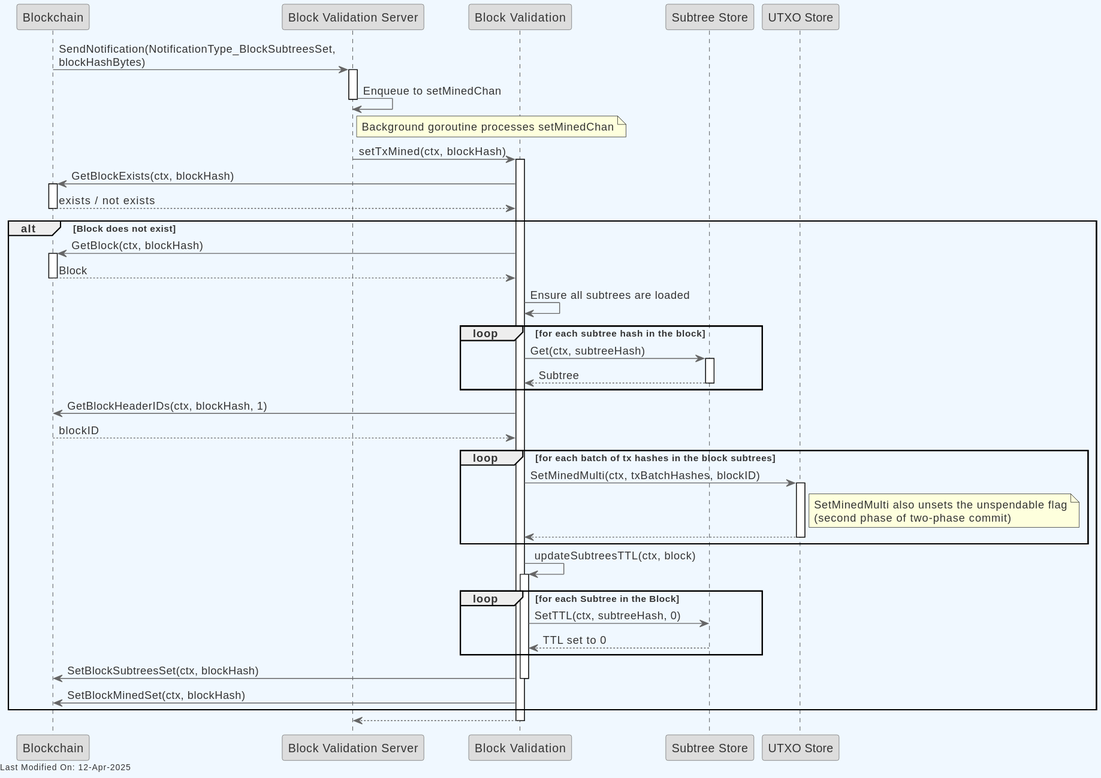
Before: docs/topics/services/img/plantuml/blockvalidation/block_validation_set_tx_mined.svg, a diagram exported from PlantUML (freemans13/teranode). Its source is kept beside it as docs/topics/services/img/plantuml/blockvalidation/block_validation_set_tx_mined.puml.
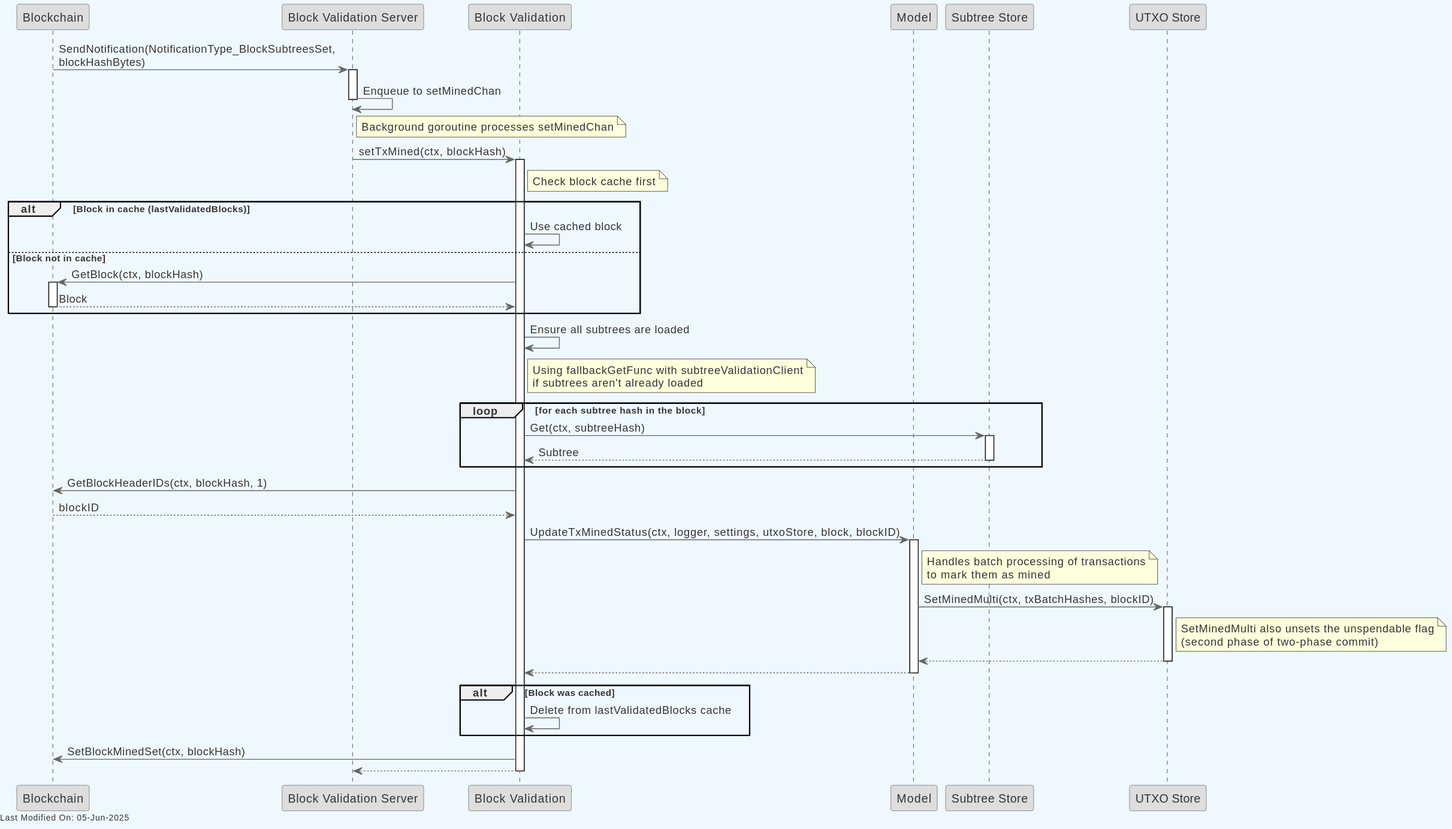
After the change.

Change to the diagram source:
```diff
@@ -23,6 +23,7 @@
 participant "Blockchain" as Blockchain
 participant "Block Validation Server" as BVServer
 participant "Block Validation" as BlockValidation
+participant "Model" as Model
 participant "Subtree Store" as SubtreeStore
 participant "UTXO Store" as UTXOStore
 
@@ -39,51 +40,59 @@
 BVServer -> BlockValidation: setTxMined(ctx, blockHash)
 activate BlockValidation
 
-BlockValidation -> Blockchain: GetBlockExists(ctx, blockHash)
-activate Blockchain
-Blockchain --> BlockValidation: exists / not exists
-deactivate Blockchain
+note right of BlockValidation
+  Check block cache first
+end note
 
-alt Block does not exist
+alt Block in cache (lastValidatedBlocks)
+    BlockValidation -> BlockValidation: Use cached block
+else Block not in cache
     BlockValidation -> Blockchain: GetBlock(ctx, blockHash)
     activate Blockchain
     Blockchain --> BlockValidation: Block
     deactivate Blockchain
+end
 
-    BlockValidation -> BlockValidation: Ensure all subtrees are loaded
+BlockValidation -> BlockValidation: Ensure all subtrees are loaded
+note right of BlockValidation
+  Using fallbackGetFunc with subtreeValidationClient
+  if subtrees aren't already loaded
+end note
 
-    loop for each subtree hash in the block
-        BlockValidation -> SubtreeStore: Get(ctx, subtreeHash)
-        activate SubtreeStore
-        SubtreeStore --> BlockValidation: Subtree
-        deactivate SubtreeStore
-    end
+loop for each subtree hash in the block
+    BlockValidation -> SubtreeStore: Get(ctx, subtreeHash)
+    activate SubtreeStore
+    SubtreeStore --> BlockValidation: Subtree
+    deactivate SubtreeStore
+end
 
-    BlockValidation -> Blockchain: GetBlockHeaderIDs(ctx, blockHash, 1)
-    Blockchain --> BlockValidation: blockID
+BlockValidation -> Blockchain: GetBlockHeaderIDs(ctx, blockHash, 1)
+Blockchain --> BlockValidation: blockID
 
-    loop for each batch of tx hashes in the block subtrees
-        BlockValidation -> UTXOStore: SetMinedMulti(ctx, txBatchHashes, blockID)
-        activate UTXOStore
-        note right of UTXOStore
-          SetMinedMulti also unsets the unspendable flag
-          (second phase of two-phase commit)
-        end note
-        UTXOStore --> BlockValidation
-        deactivate UTXOStore
-    end
+BlockValidation -> Model: UpdateTxMinedStatus(ctx, logger, settings, utxoStore, block, blockID)
+activate Model
+note right of Model
+  Handles batch processing of transactions
+  to mark them as mined
+end note
 
-    BlockValidation -> BlockValidation: updateSubtreesTTL(ctx, block)
-    activate BlockValidation
-    loop for each Subtree in the Block
-        BlockValidation -> SubtreeStore: SetTTL(ctx, subtreeHash, 0)
-        SubtreeStore --> BlockValidation: TTL set to 0
-    end
-    BlockValidation -> Blockchain: SetBlockSubtreesSet(ctx, blockHash)
-    deactivate BlockValidation
+Model -> UTXOStore: SetMinedMulti(ctx, txBatchHashes, blockID)
+activate UTXOStore
+note right of UTXOStore
+  SetMinedMulti also unsets the unspendable flag
+  (second phase of two-phase commit)
+end note
+UTXOStore --> Model
+deactivate UTXOStore
 
-    BlockValidation -> Blockchain: SetBlockMinedSet(ctx, blockHash)
+Model --> BlockValidation
+deactivate Model
+
+alt Block was cached
+    BlockValidation -> BlockValidation: Delete from lastValidatedBlocks cache
 end
+
+BlockValidation -> Blockchain: SetBlockMinedSet(ctx, blockHash)
 
 BlockValidation --> BVServer
 deactivate BlockValidation
```
